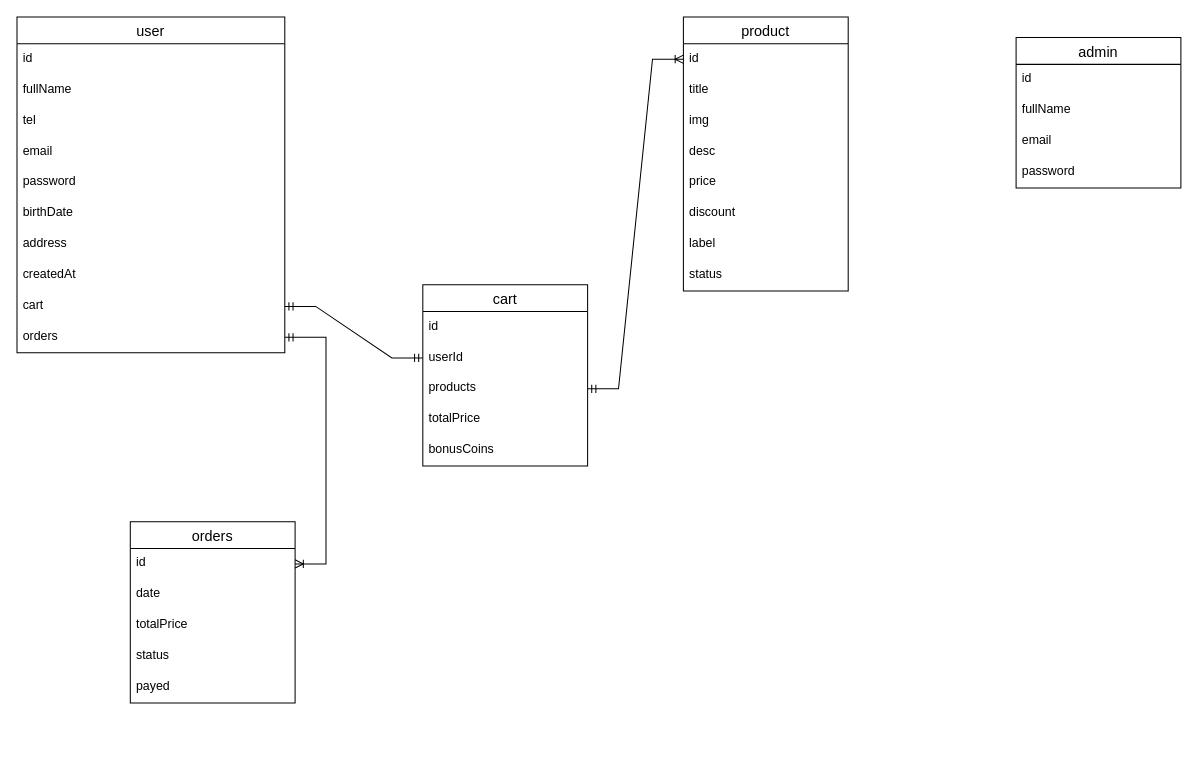
Before: Диаграмма без названия.drawio in mrGreatProgrammer/where_pizza_back_expressjs, a draw.io diagram. Source tidied: cells renumbered, new cells numbered last; positions are measured from the earlier drawing's top-left corner, leaving out a move shared by most shapes. Both pictures are drawn from the tidied source at 103%, with x=0, y=0 at pixel (16, 16).
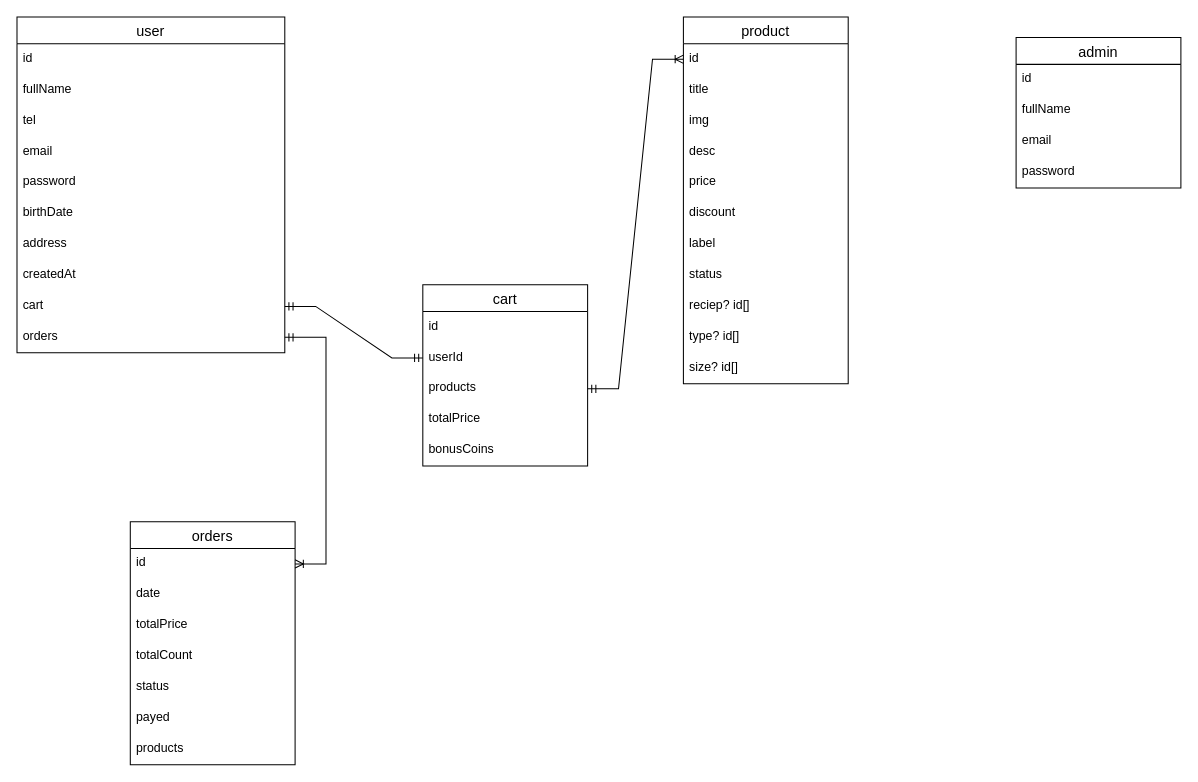
The same diagram, later.

Change to the diagram source:
```diff
@@
     <mxCell id="18" value="product" style="swimlane;fontStyle=0;horizontal=1;startSize=26;align=center;fontSize=14;" parent="1" vertex="1">
-      <mxGeometry x="647" width="160" height="266" as="geometry" />
+      <mxGeometry x="647" width="160" height="356" as="geometry" />
     </mxCell>
@@
+    <mxCell id="42" value="reciep? id[]" style="text;strokeColor=none;fillColor=none;spacingLeft=4;spacingRight=4;overflow=hidden;fontSize=12;" parent="18" vertex="1">
+      <mxGeometry y="266" width="160" height="30" as="geometry" />
+    </mxCell>
+    <mxCell id="43" value="type? id[]" style="text;strokeColor=none;fillColor=none;spacingLeft=4;spacingRight=4;overflow=hidden;fontSize=12;" parent="18" vertex="1">
+      <mxGeometry y="296" width="160" height="30" as="geometry" />
+    </mxCell>
+    <mxCell id="44" value="size? id[]" style="text;strokeColor=none;fillColor=none;spacingLeft=4;spacingRight=4;overflow=hidden;fontSize=12;" parent="18" vertex="1">
+      <mxGeometry y="326" width="160" height="30" as="geometry" />
+    </mxCell>
@@
     <mxCell id="34" value="orders" style="swimlane;fontStyle=0;horizontal=1;startSize=26;align=center;fontSize=14;" parent="1" vertex="1">
-      <mxGeometry x="110" y="490" width="160" height="176" as="geometry" />
+      <mxGeometry x="110" y="490" width="160" height="236" as="geometry" />
     </mxCell>
@@
+    <mxCell id="45" value="totalCount" style="text;strokeColor=none;fillColor=none;spacingLeft=4;spacingRight=4;overflow=hidden;fontSize=12;" parent="34" vertex="1">
+      <mxGeometry y="116" width="160" height="30" as="geometry" />
+    </mxCell>
     <mxCell id="38" value="status" style="text;strokeColor=none;fillColor=none;spacingLeft=4;spacingRight=4;overflow=hidden;fontSize=12;" parent="34" vertex="1">
-      <mxGeometry y="116" width="160" height="30" as="geometry" />
+      <mxGeometry y="146" width="160" height="30" as="geometry" />
     </mxCell>
     <mxCell id="39" value="payed" style="text;strokeColor=none;fillColor=none;spacingLeft=4;spacingRight=4;overflow=hidden;fontSize=12;" parent="34" vertex="1">
-      <mxGeometry y="146" width="160" height="30" as="geometry" />
+      <mxGeometry y="176" width="160" height="30" as="geometry" />
     </mxCell>
+    <mxCell id="46" value="products" style="text;strokeColor=none;fillColor=none;spacingLeft=4;spacingRight=4;overflow=hidden;fontSize=12;" parent="34" vertex="1">
+      <mxGeometry y="206" width="160" height="30" as="geometry" />
+    </mxCell>
```
